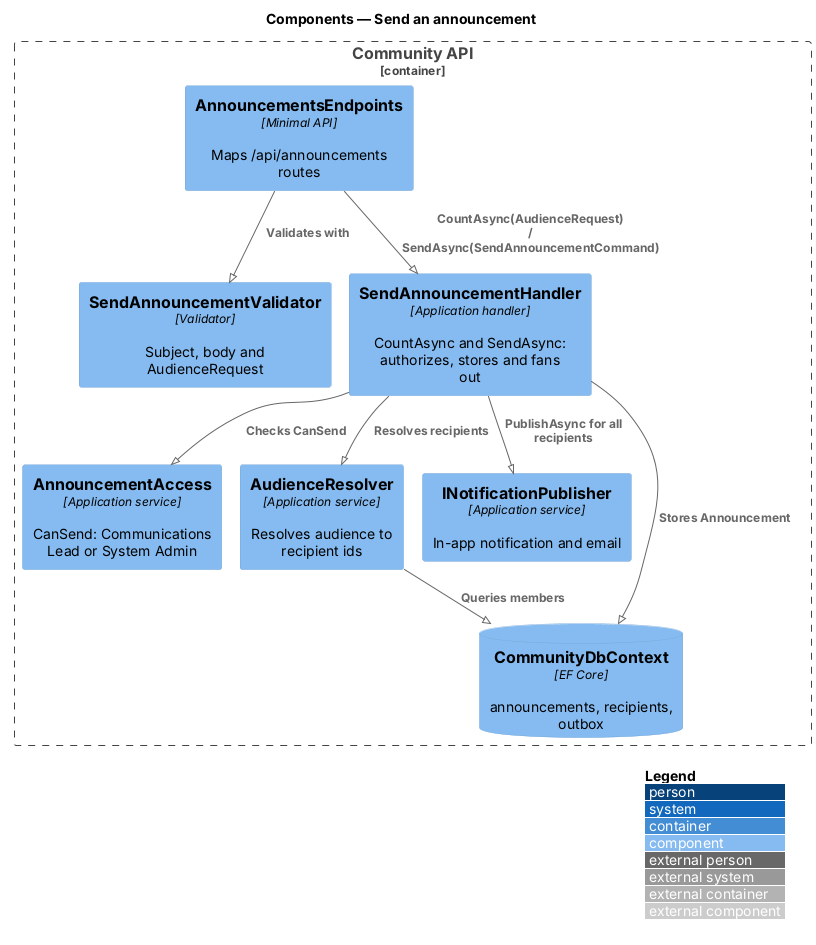
Before: docs/detailed-designs/announcements/send-announcement/diagrams/c4-component.png, a diagram exported from PlantUML (QuinntyneBrown/faithtech-community). The source it was exported from:
```plantuml
@startuml
!pragma layout smetana
!include <C4/C4_Component>
LAYOUT_WITH_LEGEND()
title Components — Send an announcement
Container_Boundary(api, "Community API") {
  Component(ep, "AnnouncementsEndpoints", "Minimal API", "Maps /api/announcements routes")
  Component(val, "SendAnnouncementValidator", "Validator", "Subject, body and AudienceRequest")
  Component(send, "SendAnnouncementHandler", "Application handler", "CountAsync and SendAsync: authorizes, stores and fans out")
  Component(access, "AnnouncementAccess", "Application service", "CanSend: Communications Lead or System Admin")
  Component(aud, "AudienceResolver", "Application service", "Resolves audience to recipient ids")
  Component(pub, "INotificationPublisher", "Application service", "In-app notification and email")
  ComponentDb(db, "CommunityDbContext", "EF Core", "announcements, recipients, outbox")
}
Rel(ep, val, "Validates with")
Rel(ep, send, "CountAsync(AudienceRequest) / SendAsync(SendAnnouncementCommand)")
Rel(send, access, "Checks CanSend")
Rel(send, aud, "Resolves recipients")
Rel(aud, db, "Queries members")
Rel(send, pub, "PublishAsync for all recipients")
Rel(send, db, "Stores Announcement")
@enduml
```
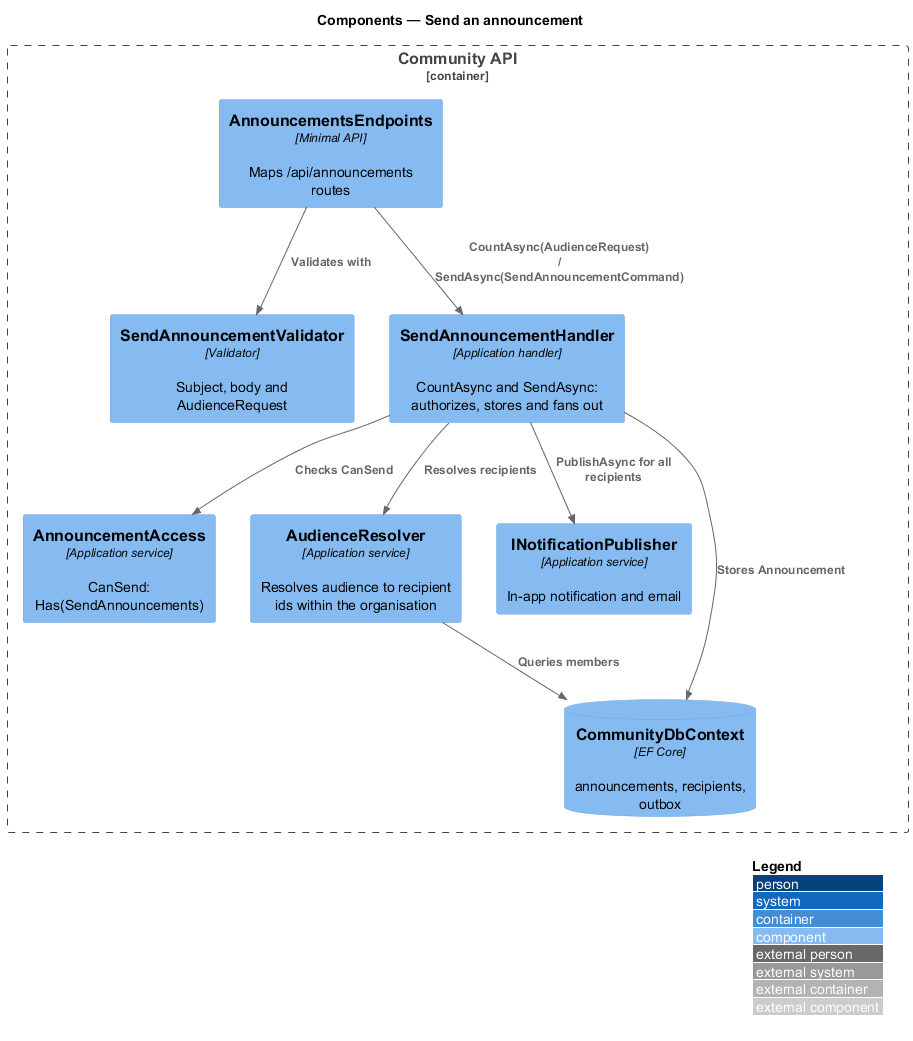
After the commit.

What changed in the source:
```diff
@@ -1,5 +1,4 @@
 @startuml
-!pragma layout smetana
 !include <C4/C4_Component>
 LAYOUT_WITH_LEGEND()
 title Components — Send an announcement
@@ -7,8 +6,8 @@
   Component(ep, "AnnouncementsEndpoints", "Minimal API", "Maps /api/announcements routes")
   Component(val, "SendAnnouncementValidator", "Validator", "Subject, body and AudienceRequest")
   Component(send, "SendAnnouncementHandler", "Application handler", "CountAsync and SendAsync: authorizes, stores and fans out")
-  Component(access, "AnnouncementAccess", "Application service", "CanSend: Communications Lead or System Admin")
-  Component(aud, "AudienceResolver", "Application service", "Resolves audience to recipient ids")
+  Component(access, "AnnouncementAccess", "Application service", "CanSend: Has(SendAnnouncements)")
+  Component(aud, "AudienceResolver", "Application service", "Resolves audience to recipient ids within the organisation")
   Component(pub, "INotificationPublisher", "Application service", "In-app notification and email")
   ComponentDb(db, "CommunityDbContext", "EF Core", "announcements, recipients, outbox")
 }
```
